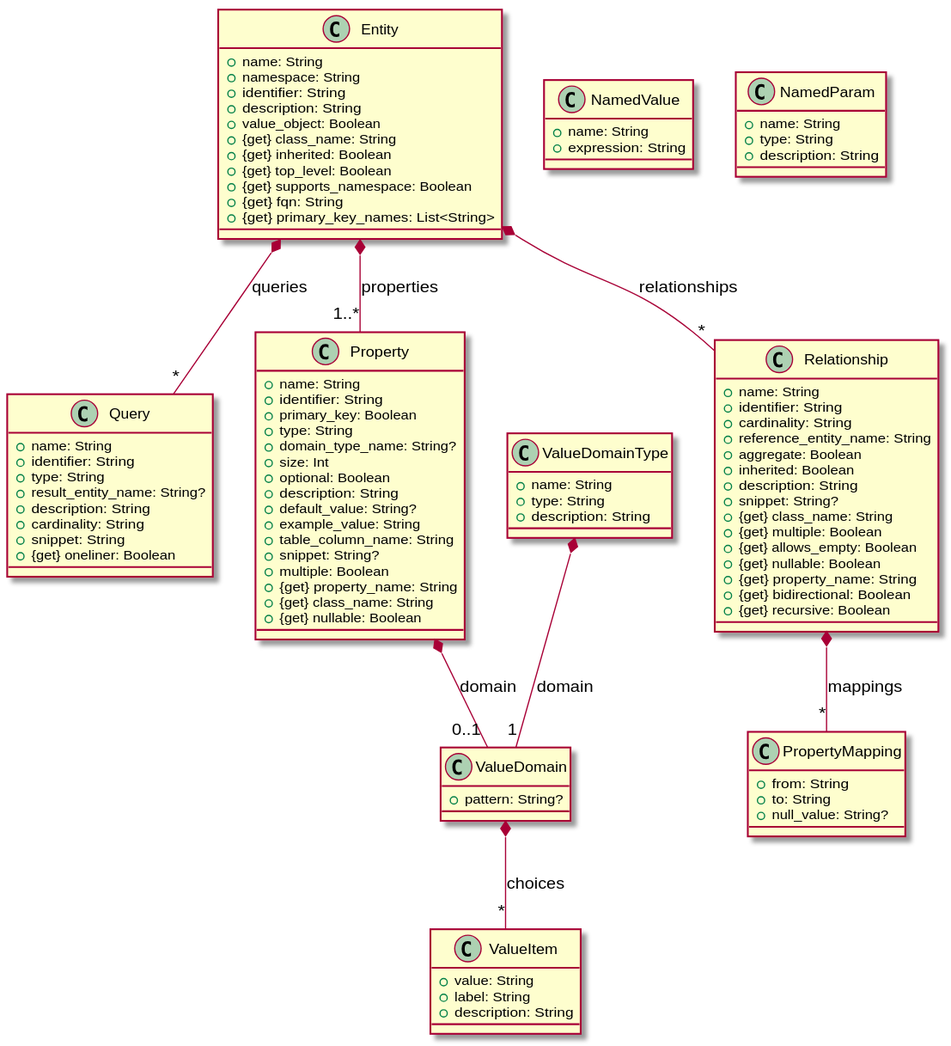
Above: doc/image/model-diagram.svg in laplacian-core/metamodel (PlantUML), before the change. Source of this version:
```plantuml
@startuml


class Query {
  + name: String
  + identifier: String
  + type: String
  + result_entity_name: String?
  + description: String
  + cardinality: String
  + snippet: String
  + {get} oneliner: Boolean
}








class Entity {
  + name: String
  + namespace: String
  + identifier: String
  + description: String
  + value_object: Boolean
  + {get} class_name: String
  + {get} inherited: Boolean
  + {get} top_level: Boolean
  + {get} supports_namespace: Boolean
  + {get} fqn: String
  + {get} primary_key_names: List<String>
}


Entity *-- "1..*" Property : properties



Entity *-- "*" Relationship : relationships



Entity *-- "*" Query : queries























class Property {
  + name: String
  + identifier: String
  + primary_key: Boolean
  + type: String
  + domain_type_name: String?
  + size: Int
  + optional: Boolean
  + description: String
  + default_value: String?
  + example_value: String
  + table_column_name: String
  + snippet: String?
  + multiple: Boolean
  + {get} property_name: String
  + {get} class_name: String
  + {get} nullable: Boolean
}




Property *-- "0..1" ValueDomain : domain







class Relationship {
  + name: String
  + identifier: String
  + cardinality: String
  + reference_entity_name: String
  + aggregate: Boolean
  + inherited: Boolean
  + description: String
  + snippet: String?
  + {get} class_name: String
  + {get} multiple: Boolean
  + {get} allows_empty: Boolean
  + {get} nullable: Boolean
  + {get} property_name: String
  + {get} bidirectional: Boolean
  + {get} recursive: Boolean
}




Relationship *-- "*" PropertyMapping : mappings







class ValueDomainType {
  + name: String
  + type: String
  + description: String
}


ValueDomainType *-- "1" ValueDomain : domain





class ValueDomain {
  + pattern: String?
}


ValueDomain *-- "*" ValueItem : choices





class ValueItem {
  + value: String
  + label: String
  + description: String
}




class PropertyMapping {
  + from: String
  + to: String
  + null_value: String?
}










class NamedValue {
  + name: String
  + expression: String
}




class NamedParam {
  + name: String
  + type: String
  + description: String
}



@enduml
```
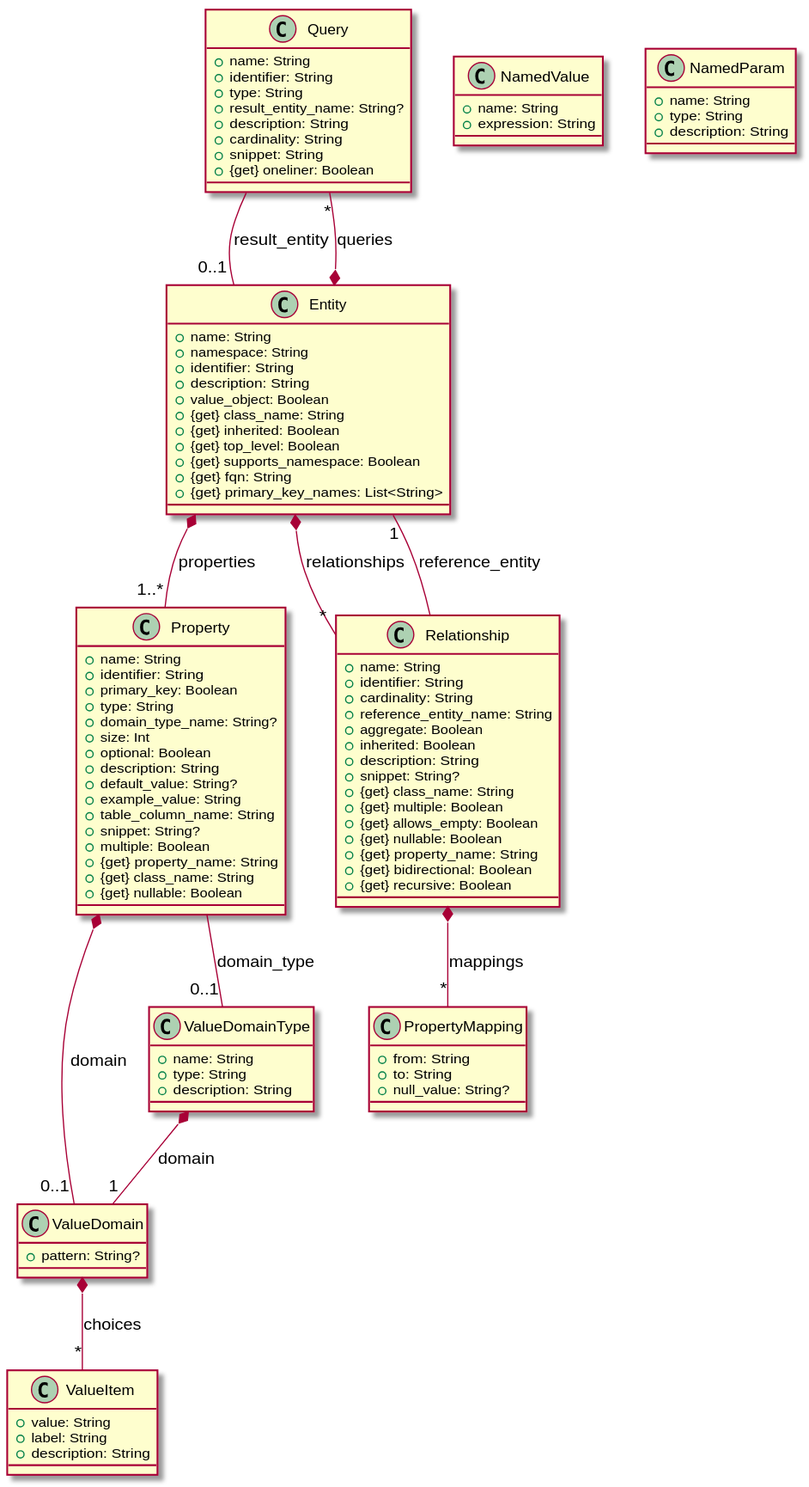
After the change.

Commit message:
udpate the entity diagram

Change to the diagram source:
```diff
@@ -15,6 +15,8 @@
 
 
 
+
+Query -- "0..1" Entity : result_entity
 
 
 
@@ -34,7 +36,13 @@
 }
 
 
+
+
+
 Entity *-- "1..*" Property : properties
+
+
+
 
 
 
@@ -42,26 +50,10 @@
 
 
 
-Entity *-- "*" Query : queries
 
 
 
-
-
-
-
-
-
-
-
-
-
-
-
-
-
-
-
+Entity *-- "*" Query : queries
 
 
 
@@ -88,10 +80,15 @@
 
 
 
+
 Property *-- "0..1" ValueDomain : domain
 
 
 
+
+
+
+Property -- "0..1" ValueDomainType : domain_type
 
 
 
@@ -117,10 +114,15 @@
 
 
 
+
 Relationship *-- "*" PropertyMapping : mappings
 
 
 
+
+
+
+Relationship -- "1" Entity : reference_entity
 
 
 
@@ -132,8 +134,10 @@
 }
 
 
+
+
+
 ValueDomainType *-- "1" ValueDomain : domain
-
 
 
 
@@ -143,8 +147,10 @@
 }
 
 
+
+
+
 ValueDomain *-- "*" ValueItem : choices
-
 
 
 
@@ -157,19 +163,11 @@
 
 
 
-
 class PropertyMapping {
   + from: String
   + to: String
   + null_value: String?
 }
-
-
-
-
-
-
-
 
 
 
@@ -180,7 +178,6 @@
 
 
 
-
 class NamedParam {
   + name: String
   + type: String
@@ -188,5 +185,4 @@
 }
 
 
-
 @enduml
```
